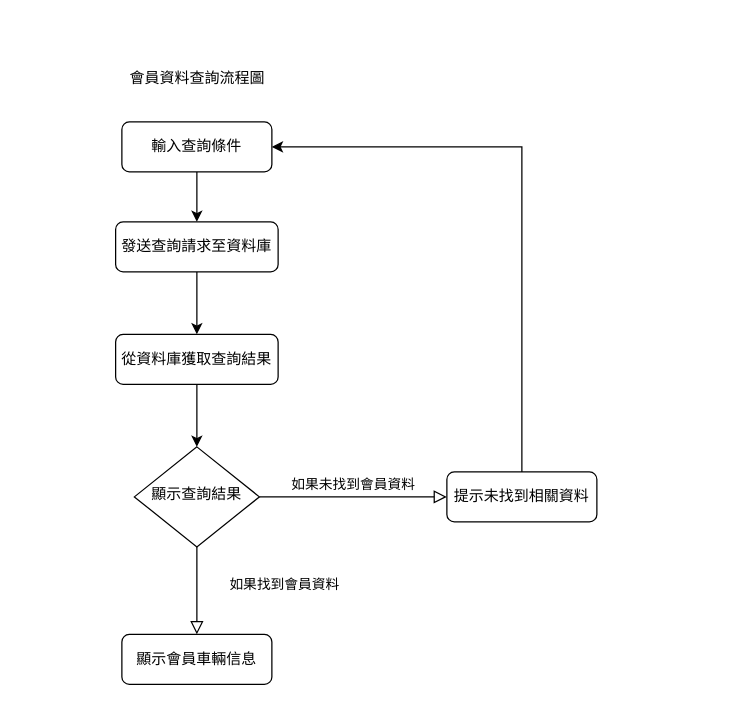
Above: 系統流程圖(會員資料查詢流程圖).drawio in hak99101314/Maintenance-inquiry-system (draw.io), before the change. Source tidied: cells renumbered, new cells numbered last; positions are measured from the earlier drawing's top-left corner, leaving out a move shared by most shapes. Both pictures are drawn from the tidied source at 125%, with x=0, y=0 at pixel (115, 59).
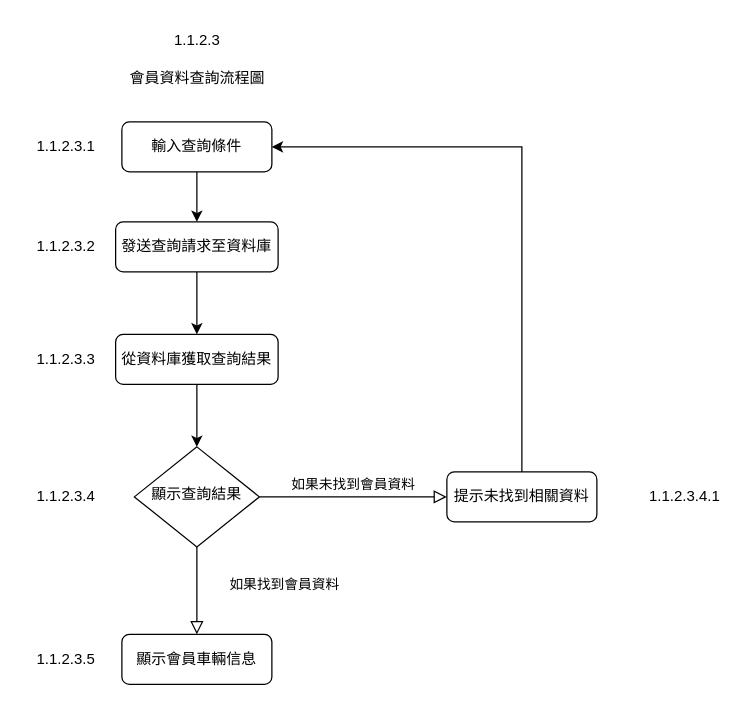
Above is the later version.

Commit message:
更新系統流程圖(會員資料查詢流程圖).drawio

The edit, as a diff of the source:
```diff
@@
+    <mxCell id="15" value="1.1.2.3" style="text;html=1;align=center;verticalAlign=middle;strokeColor=none;fillColor=none;" parent="1" vertex="1">
+      <mxGeometry x="35" y="-30" width="60" height="30" as="geometry" />
+    </mxCell>
+    <mxCell id="16" value="1.1.2.3.1" style="text;html=1;align=center;verticalAlign=middle;strokeColor=none;fillColor=none;" parent="1" vertex="1">
+      <mxGeometry x="-75" y="55" width="70" height="30" as="geometry" />
+    </mxCell>
+    <mxCell id="17" value="1.1.2.3.2" style="text;html=1;align=center;verticalAlign=middle;strokeColor=none;fillColor=none;" parent="1" vertex="1">
+      <mxGeometry x="-75" y="135" width="70" height="30" as="geometry" />
+    </mxCell>
+    <mxCell id="18" value="1.1.2.3.3" style="text;html=1;align=center;verticalAlign=middle;strokeColor=none;fillColor=none;" parent="1" vertex="1">
+      <mxGeometry x="-75" y="225" width="70" height="30" as="geometry" />
+    </mxCell>
+    <mxCell id="19" value="1.1.2.3.4" style="text;html=1;align=center;verticalAlign=middle;strokeColor=none;fillColor=none;" parent="1" vertex="1">
+      <mxGeometry x="-75" y="335" width="70" height="30" as="geometry" />
+    </mxCell>
+    <mxCell id="20" value="1.1.2.3.5" style="text;html=1;align=center;verticalAlign=middle;strokeColor=none;fillColor=none;" parent="1" vertex="1">
+      <mxGeometry x="-75" y="465" width="70" height="30" as="geometry" />
+    </mxCell>
+    <mxCell id="21" value="1.1.2.3.4.1" style="text;html=1;align=center;verticalAlign=middle;strokeColor=none;fillColor=none;" parent="1" vertex="1">
+      <mxGeometry x="415" y="335" width="80" height="30" as="geometry" />
+    </mxCell>
```
